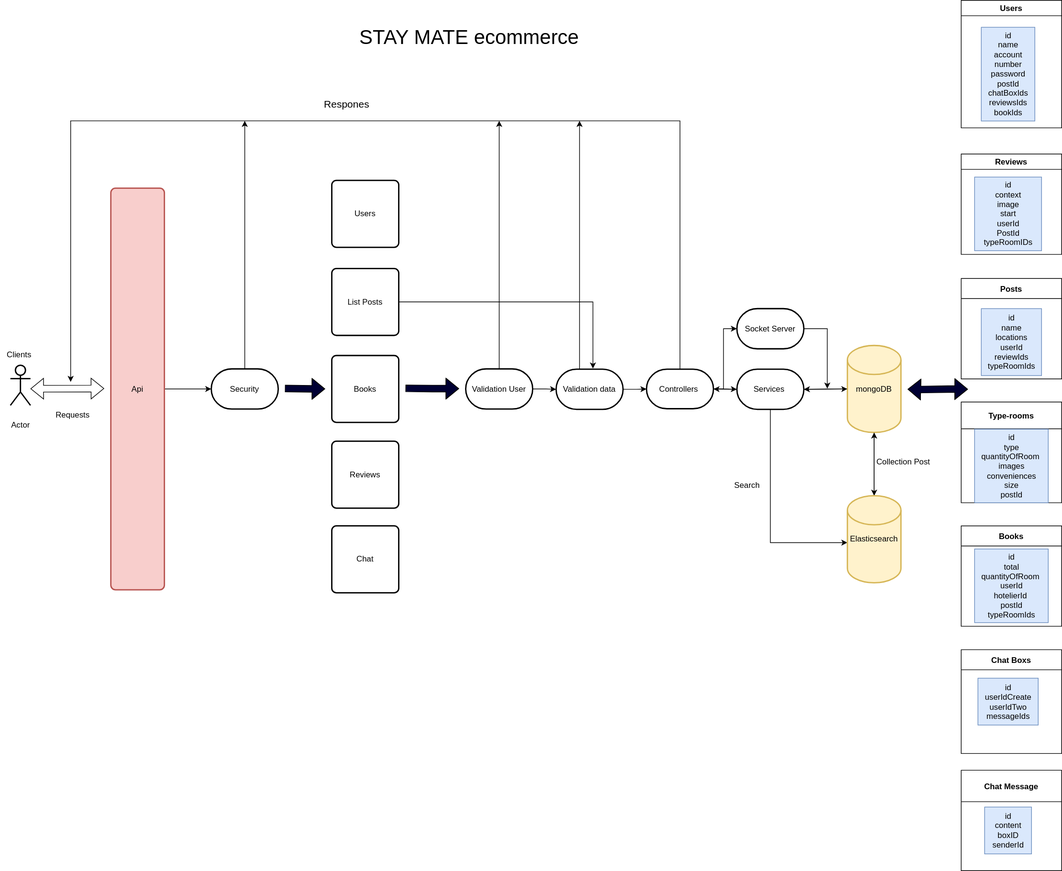
Earlier version of the draw.io export Diagram-staymate.drawio.svg (tuan-dd/Stay-Mate-BE). Source tidied: cells renumbered, new cells last; positions are measured from the earlier drawing's top-left corner, leaving out a move shared by most shapes.
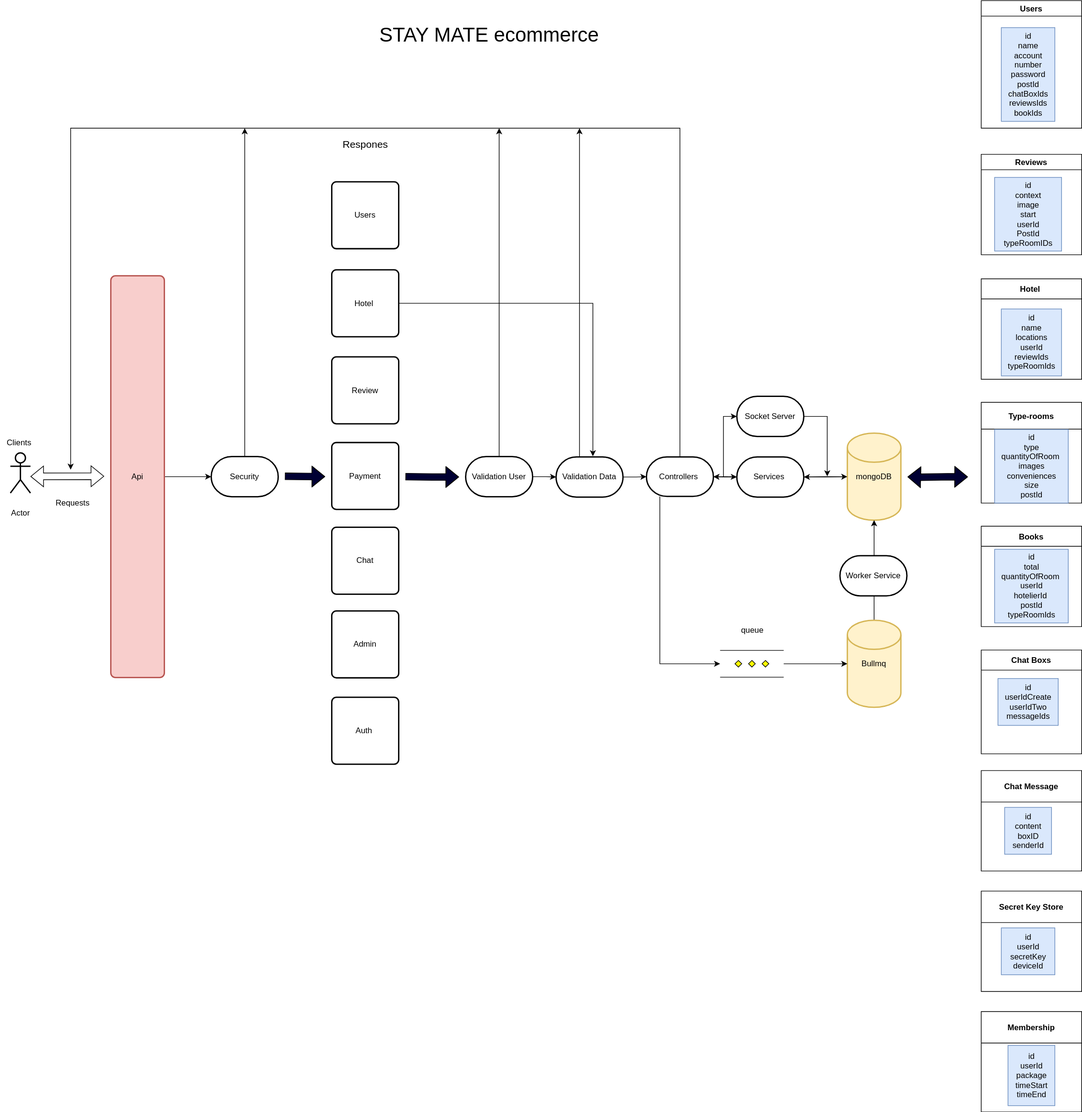
After the commit.

Change to the diagram source:
```diff
@@ -14,32 +14,29 @@
     <mxCell id="5" style="edgeStyle=orthogonalEdgeStyle;rounded=0;jettySize=auto;html=1;" parent="1" edge="1" source="7" target="45">
       <mxGeometry relative="1" as="geometry" />
     </mxCell>
-    <mxCell id="6" style="edgeStyle=orthogonalEdgeStyle;rounded=0;jettySize=auto;html=1;" parent="1" edge="1" source="7" target="52">
-      <mxGeometry relative="1" as="geometry" />
-    </mxCell>
     <mxCell id="7" value="mongoDB" style="strokeWidth=2;html=1;shape=mxgraph.flowchart.database;whiteSpace=wrap;verticalAlign=middle;flipH=0;fillColor=#fff2cc;strokeColor=#d6b656;" parent="1" vertex="1">
       <mxGeometry x="1265" y="515.5" width="80" height="130" as="geometry" />
     </mxCell>
-    <mxCell id="8" value="Posts" style="swimlane;startSize=30;spacing=2;flipH=0;flipV=0;" parent="1" vertex="1">
-      <mxGeometry x="1435" y="415.5" width="150" height="150" as="geometry" />
+    <mxCell id="8" value="Hotel " style="swimlane;startSize=30;spacing=2;flipH=0;flipV=0;" parent="1" vertex="1">
+      <mxGeometry x="1465" y="285" width="150" height="150" as="geometry" />
     </mxCell>
     <mxCell id="9" value="id&lt;br&gt;name&lt;br&gt;locations&lt;br&gt;userId&lt;br&gt;reviewIds&lt;br&gt;typeRoomIds" style="text;html=1;align=center;verticalAlign=middle;strokeColor=#6c8ebf;fillColor=#dae8fc;" parent="8" vertex="1">
       <mxGeometry x="30" y="45" width="90" height="100" as="geometry" />
     </mxCell>
     <mxCell id="10" value="Reviews" style="swimlane;startSize=23;spacing=2;flipH=0;flipV=0;" parent="1" vertex="1">
-      <mxGeometry x="1435" y="229.5" width="150" height="150" as="geometry" />
+      <mxGeometry x="1465" y="99" width="150" height="150" as="geometry" />
     </mxCell>
     <mxCell id="11" value="id&lt;br&gt;context&lt;br&gt;image&lt;br&gt;start&lt;br&gt;userId&lt;br style=&quot;border-color: var(--border-color);&quot;&gt;PostId&lt;br&gt;typeRoomIDs" style="text;html=1;align=center;verticalAlign=middle;strokeColor=#6c8ebf;fillColor=#dae8fc;" parent="10" vertex="1">
       <mxGeometry x="20" y="34.5" width="100" height="110" as="geometry" />
     </mxCell>
     <mxCell id="12" value="Users" style="swimlane;startSize=23;spacing=2;flipH=0;flipV=0;" parent="1" vertex="1">
-      <mxGeometry x="1435" width="150" height="190.5" as="geometry" />
+      <mxGeometry x="1465" y="-130.5" width="150" height="190.5" as="geometry" />
     </mxCell>
     <mxCell id="13" value="id&lt;br&gt;name&lt;br&gt;account&lt;br&gt;number&lt;br&gt;password&lt;br&gt;postId&lt;br&gt;chatBoxIds&lt;br&gt;reviewsIds&lt;br&gt;bookIds" style="text;html=1;align=center;verticalAlign=middle;strokeColor=#6c8ebf;fillColor=#dae8fc;" parent="12" vertex="1">
       <mxGeometry x="30" y="40.2" width="80" height="140" as="geometry" />
     </mxCell>
     <mxCell id="14" value="Chat Boxs" style="swimlane;startSize=30;spacing=2;flipH=0;flipV=0;" parent="1" vertex="1">
-      <mxGeometry x="1435" y="970" width="150" height="155" as="geometry" />
+      <mxGeometry x="1465" y="839.5" width="150" height="155" as="geometry" />
     </mxCell>
     <mxCell id="15" value="id&lt;br&gt;userIdCreate&lt;br&gt;userIdTwo&lt;br&gt;messageIds" style="text;html=1;align=center;verticalAlign=middle;strokeColor=#6c8ebf;fillColor=#dae8fc;" parent="14" vertex="1">
       <mxGeometry x="25" y="42.5" width="90" height="70" as="geometry" />
@@ -55,13 +52,13 @@
       </mxGeometry>
     </mxCell>
     <mxCell id="17" value="Books" style="swimlane;startSize=30;spacing=2;flipH=0;flipV=0;" parent="1" vertex="1">
-      <mxGeometry x="1435" y="785" width="150" height="150" as="geometry" />
+      <mxGeometry x="1465" y="654.5" width="150" height="150" as="geometry" />
     </mxCell>
     <mxCell id="18" value="id&lt;br&gt;total&lt;br&gt;quantityOfRoom&amp;nbsp;&lt;br&gt;userId&lt;br&gt;hotelierId&amp;nbsp;&lt;br&gt;postId&lt;br&gt;typeRoomIds" style="text;html=1;align=center;verticalAlign=middle;strokeColor=#6c8ebf;fillColor=#dae8fc;" parent="17" vertex="1">
       <mxGeometry x="20" y="34.5" width="110" height="110" as="geometry" />
     </mxCell>
     <mxCell id="19" value="Type-rooms" style="swimlane;startSize=40;spacing=2;flipH=0;flipV=0;" parent="1" vertex="1">
-      <mxGeometry x="1435" y="600" width="150" height="150.5" as="geometry" />
+      <mxGeometry x="1465" y="469.5" width="150" height="150.5" as="geometry" />
     </mxCell>
     <mxCell id="20" value="id&lt;br&gt;type&lt;br&gt;quantityOfRoom&amp;nbsp;&lt;br&gt;images&lt;br&gt;conveniences&lt;br&gt;size&lt;br&gt;postId" style="text;html=1;align=center;verticalAlign=middle;strokeColor=#6c8ebf;fillColor=#dae8fc;" parent="19" vertex="1">
       <mxGeometry x="20" y="40.5" width="110" height="110" as="geometry" />
@@ -76,30 +73,30 @@
       <mxGeometry y="515" width="60" height="30" as="geometry" />
     </mxCell>
     <mxCell id="23" value="&lt;font style=&quot;font-size: 15px;&quot;&gt;Respones&lt;/font&gt;" style="text;strokeColor=none;align=center;fillColor=none;html=1;verticalAlign=middle;whiteSpace=wrap;rounded=0;flipH=0;rotation=0;" parent="1" vertex="1">
-      <mxGeometry x="465" y="140" width="105" height="30" as="geometry" />
+      <mxGeometry x="492.5" y="69" width="105" height="30" as="geometry" />
     </mxCell>
     <mxCell id="24" value="Requests&amp;nbsp;" style="text;strokeColor=none;align=center;fillColor=none;html=1;verticalAlign=middle;whiteSpace=wrap;rounded=0;flipH=0;" parent="1" vertex="1">
       <mxGeometry x="55" y="600" width="110" height="40" as="geometry" />
     </mxCell>
-    <mxCell id="25" value="Users" style="rounded=1;whiteSpace=wrap;html=1;absoluteArcSize=1;arcSize=14;strokeWidth=2;flipH=1;" parent="1" vertex="1">
-      <mxGeometry x="495" y="269" width="100" height="100" as="geometry" />
+    <mxCell id="25" value="Users" style="rounded=1;whiteSpace=wrap;html=1;absoluteArcSize=1;arcSize=14;strokeWidth=2;flipH=1;flipV=0;" parent="1" vertex="1">
+      <mxGeometry x="495" y="140" width="100" height="100" as="geometry" />
     </mxCell>
     <mxCell id="26" style="edgeStyle=orthogonalEdgeStyle;rounded=0;jettySize=auto;html=1;" parent="1" edge="1" source="27">
       <mxGeometry relative="1" as="geometry">
         <mxPoint x="885" y="550" as="targetPoint" />
       </mxGeometry>
     </mxCell>
-    <mxCell id="27" value="List Posts" style="rounded=1;whiteSpace=wrap;html=1;absoluteArcSize=1;arcSize=14;strokeWidth=2;flipH=1;" parent="1" vertex="1">
-      <mxGeometry x="495" y="400.5" width="100" height="100" as="geometry" />
+    <mxCell id="27" value="Hotel&amp;nbsp;" style="rounded=1;whiteSpace=wrap;html=1;absoluteArcSize=1;arcSize=14;strokeWidth=2;flipH=1;flipV=0;" parent="1" vertex="1">
+      <mxGeometry x="495" y="271.5" width="100" height="100" as="geometry" />
     </mxCell>
-    <mxCell id="28" value="Books" style="rounded=1;whiteSpace=wrap;html=1;absoluteArcSize=1;arcSize=14;strokeWidth=2;verticalAlign=middle;flipH=1;" parent="1" vertex="1">
-      <mxGeometry x="495" y="530.5" width="100" height="100" as="geometry" />
+    <mxCell id="28" value="Review" style="rounded=1;whiteSpace=wrap;html=1;absoluteArcSize=1;arcSize=14;strokeWidth=2;verticalAlign=middle;flipH=1;flipV=0;" parent="1" vertex="1">
+      <mxGeometry x="495" y="401.5" width="100" height="100" as="geometry" />
     </mxCell>
-    <mxCell id="29" value="Reviews" style="rounded=1;whiteSpace=wrap;html=1;absoluteArcSize=1;arcSize=14;strokeWidth=2;verticalAlign=middle;flipH=1;" parent="1" vertex="1">
-      <mxGeometry x="495" y="658.5" width="100" height="100" as="geometry" />
+    <mxCell id="29" value="Payment" style="rounded=1;whiteSpace=wrap;html=1;absoluteArcSize=1;arcSize=14;strokeWidth=2;verticalAlign=middle;flipH=1;flipV=0;" parent="1" vertex="1">
+      <mxGeometry x="495" y="529.5" width="100" height="100" as="geometry" />
     </mxCell>
-    <mxCell id="30" value="Chat" style="rounded=1;whiteSpace=wrap;html=1;absoluteArcSize=1;arcSize=14;strokeWidth=2;flipH=1;" parent="1" vertex="1">
-      <mxGeometry x="495" y="785" width="100" height="100" as="geometry" />
+    <mxCell id="30" value="Chat" style="rounded=1;whiteSpace=wrap;html=1;absoluteArcSize=1;arcSize=14;strokeWidth=2;flipH=1;flipV=0;" parent="1" vertex="1">
+      <mxGeometry x="495" y="656" width="100" height="100" as="geometry" />
     </mxCell>
     <mxCell id="31" style="shape=flexArrow;endArrow=classic;html=1;rounded=0;verticalAlign=middle;fillColor=#000033;" parent="1" edge="1">
       <mxGeometry relative="1" as="geometry">
@@ -115,7 +112,7 @@
     </mxCell>
     <mxCell id="33" style="edgeStyle=orthogonalEdgeStyle;rounded=0;jettySize=auto;html=1;" parent="1" edge="1" source="34">
       <mxGeometry relative="1" as="geometry">
-        <mxPoint x="745" y="180" as="targetPoint" />
+        <mxPoint x="745" y="60" as="targetPoint" />
       </mxGeometry>
     </mxCell>
     <mxCell id="34" value="Validation User" style="strokeWidth=2;html=1;shape=mxgraph.flowchart.terminator;whiteSpace=wrap;verticalAlign=middle;flipH=0;" parent="1" vertex="1">
@@ -126,21 +123,21 @@
     </mxCell>
     <mxCell id="36" style="edgeStyle=orthogonalEdgeStyle;rounded=0;jettySize=auto;html=1;" parent="1" edge="1" source="37">
       <mxGeometry relative="1" as="geometry">
-        <mxPoint x="865" y="180" as="targetPoint" />
+        <mxPoint x="865" y="60" as="targetPoint" />
         <Array as="points">
           <mxPoint x="865" y="180" />
         </Array>
       </mxGeometry>
     </mxCell>
-    <mxCell id="37" value="Validation data" style="strokeWidth=2;html=1;shape=mxgraph.flowchart.terminator;whiteSpace=wrap;verticalAlign=middle;flipH=0;" parent="1" vertex="1">
+    <mxCell id="37" value="Validation Data" style="strokeWidth=2;html=1;shape=mxgraph.flowchart.terminator;whiteSpace=wrap;verticalAlign=middle;flipH=0;" parent="1" vertex="1">
       <mxGeometry x="830" y="551" width="100" height="60" as="geometry" />
     </mxCell>
     <mxCell id="38" style="edgeStyle=orthogonalEdgeStyle;rounded=0;jettySize=auto;html=1;" parent="1" edge="1" source="41">
       <mxGeometry relative="1" as="geometry">
         <mxPoint x="105" y="570" as="targetPoint" />
         <Array as="points">
-          <mxPoint x="1015" y="180" />
-          <mxPoint x="105" y="180" />
+          <mxPoint x="1015" y="60" />
+          <mxPoint x="105" y="60" />
         </Array>
       </mxGeometry>
     </mxCell>
@@ -155,6 +152,13 @@
         </Array>
       </mxGeometry>
     </mxCell>
+    <mxCell id="58" style="edgeStyle=orthogonalEdgeStyle;rounded=0;jettySize=auto;html=1;entryX=0;entryY=0.5;entryDx=0;entryDy=0;entryPerimeter=0;" parent="1" edge="1" source="41" target="60">
+      <mxGeometry relative="1" as="geometry">
+        <Array as="points">
+          <mxPoint x="985" y="860" />
+        </Array>
+      </mxGeometry>
+    </mxCell>
     <mxCell id="41" value="Controllers&amp;nbsp;" style="strokeWidth=2;html=1;shape=mxgraph.flowchart.terminator;whiteSpace=wrap;verticalAlign=middle;flipH=0;" parent="1" vertex="1">
       <mxGeometry x="965" y="551" width="100" height="59" as="geometry" />
     </mxCell>
@@ -164,19 +168,12 @@
     <mxCell id="43" style="edgeStyle=orthogonalEdgeStyle;rounded=0;jettySize=auto;html=1;entryX=0;entryY=0.5;entryDx=0;entryDy=0;entryPerimeter=0;" parent="1" edge="1" source="45" target="7">
       <mxGeometry relative="1" as="geometry" />
     </mxCell>
-    <mxCell id="44" style="edgeStyle=orthogonalEdgeStyle;rounded=0;jettySize=auto;html=1;" parent="1" edge="1" source="45" target="52">
-      <mxGeometry relative="1" as="geometry">
-        <Array as="points">
-          <mxPoint x="1150" y="810" />
-        </Array>
-      </mxGeometry>
-    </mxCell>
     <mxCell id="45" value="Services&amp;nbsp;" style="strokeWidth=2;html=1;shape=mxgraph.flowchart.terminator;whiteSpace=wrap;verticalAlign=middle;flipH=0;" parent="1" vertex="1">
       <mxGeometry x="1100" y="551" width="100" height="60" as="geometry" />
     </mxCell>
     <mxCell id="46" style="edgeStyle=orthogonalEdgeStyle;rounded=0;jettySize=auto;html=1;" parent="1" edge="1" source="47">
       <mxGeometry relative="1" as="geometry">
-        <mxPoint x="365" y="180" as="targetPoint" />
+        <mxPoint x="365" y="60" as="targetPoint" />
         <Array as="points">
           <mxPoint x="365" y="180" />
         </Array>
@@ -187,15 +184,15 @@
     </mxCell>
     <mxCell id="48" style="shape=flexArrow;endArrow=classic;html=1;rounded=0;verticalAlign=middle;fillColor=#000033;" parent="1" edge="1">
       <mxGeometry relative="1" as="geometry">
-        <mxPoint x="605" y="579.5" as="sourcePoint" />
-        <mxPoint x="685" y="580" as="targetPoint" />
+        <mxPoint x="605" y="580.5" as="sourcePoint" />
+        <mxPoint x="685" y="581" as="targetPoint" />
         <Array as="points">
-          <mxPoint x="645" y="580" />
+          <mxPoint x="645" y="581" />
         </Array>
       </mxGeometry>
     </mxCell>
     <mxCell id="49" value="Chat Message" style="swimlane;startSize=47;spacing=2;flipH=0;flipV=0;" parent="1" vertex="1">
-      <mxGeometry x="1435" y="1150" width="150" height="150" as="geometry" />
+      <mxGeometry x="1465" y="1019.5" width="150" height="150" as="geometry" />
     </mxCell>
     <mxCell id="50" value="id&lt;br&gt;content&lt;br&gt;boxID&lt;br&gt;senderId" style="text;html=1;align=center;verticalAlign=middle;strokeColor=#6c8ebf;fillColor=#dae8fc;" parent="49" vertex="1">
       <mxGeometry x="35" y="55" width="70" height="70" as="geometry" />
@@ -203,11 +200,11 @@
     <mxCell id="51" style="edgeStyle=orthogonalEdgeStyle;rounded=0;jettySize=auto;html=1;entryX=0.5;entryY=1;entryDx=0;entryDy=0;entryPerimeter=0;" parent="1" edge="1" source="52" target="7">
       <mxGeometry relative="1" as="geometry" />
     </mxCell>
-    <mxCell id="52" value="Elasticsearch" style="strokeWidth=2;html=1;shape=mxgraph.flowchart.database;whiteSpace=wrap;verticalAlign=middle;flipH=0;fillColor=#fff2cc;strokeColor=#d6b656;" parent="1" vertex="1">
-      <mxGeometry x="1265" y="740" width="80" height="130" as="geometry" />
+    <mxCell id="52" value="Bullmq" style="strokeWidth=2;html=1;shape=mxgraph.flowchart.database;whiteSpace=wrap;verticalAlign=middle;flipH=0;fillColor=#fff2cc;strokeColor=#d6b656;" parent="1" vertex="1">
+      <mxGeometry x="1265" y="795" width="80" height="130" as="geometry" />
     </mxCell>
-    <mxCell id="53" value="Search" style="text;html=1;align=center;verticalAlign=middle;strokeColor=none;fillColor=none;" parent="1" vertex="1">
-      <mxGeometry x="1085" y="710" width="60" height="30" as="geometry" />
+    <mxCell id="53" value="queue" style="text;html=1;align=center;verticalAlign=middle;strokeColor=none;fillColor=none;" parent="1" vertex="1">
+      <mxGeometry x="1092.5" y="795" width="60" height="30" as="geometry" />
     </mxCell>
     <mxCell id="54" style="edgeStyle=orthogonalEdgeStyle;rounded=0;jettySize=auto;html=1;" parent="1" edge="1" source="55">
       <mxGeometry relative="1" as="geometry">
@@ -217,11 +214,35 @@
     <mxCell id="55" value="Socket Server" style="strokeWidth=2;html=1;shape=mxgraph.flowchart.terminator;whiteSpace=wrap;verticalAlign=middle;flipH=0;" parent="1" vertex="1">
       <mxGeometry x="1100" y="460.5" width="100" height="60" as="geometry" />
     </mxCell>
-    <mxCell id="56" value="Collection Post&amp;nbsp;" style="text;html=1;align=center;verticalAlign=middle;strokeColor=none;fillColor=none;" parent="1" vertex="1">
-      <mxGeometry x="1295" y="675" width="110" height="30" as="geometry" />
-    </mxCell>
     <mxCell id="57" value="&lt;p style=&quot;line-height: 100%; font-size: 30px;&quot;&gt;STAY MATE&amp;nbsp;ecommerce&lt;/p&gt;" style="text;html=1;align=center;verticalAlign=middle;strokeColor=none;fillColor=none;" parent="1" vertex="1">
-      <mxGeometry x="525" y="5" width="350" height="100" as="geometry" />
+      <mxGeometry x="555" y="-130" width="350" height="100" as="geometry" />
     </mxCell>
+    <mxCell id="59" style="edgeStyle=orthogonalEdgeStyle;rounded=0;jettySize=auto;html=1;entryX=0;entryY=0.5;entryDx=0;entryDy=0;entryPerimeter=0;" parent="1" edge="1" source="60" target="52">
+      <mxGeometry relative="1" as="geometry" />
+    </mxCell>
+    <mxCell id="60" style="verticalLabelPosition=bottom;verticalAlign=top;html=1;shape=mxgraph.flowchart.parallel_mode;" parent="1" vertex="1">
+      <mxGeometry x="1075" y="840" width="95" height="40" as="geometry" />
+    </mxCell>
+    <mxCell id="61" value="Worker Service" style="strokeWidth=2;html=1;shape=mxgraph.flowchart.terminator;whiteSpace=wrap;verticalAlign=middle;flipH=0;" parent="1" vertex="1">
+      <mxGeometry x="1254" y="698.5" width="100" height="60" as="geometry" />
+    </mxCell>
+    <mxCell id="62" value="Admin" style="rounded=1;whiteSpace=wrap;html=1;absoluteArcSize=1;arcSize=14;strokeWidth=2;flipH=1;flipV=0;" parent="1" vertex="1">
+      <mxGeometry x="495" y="781" width="100" height="100" as="geometry" />
+    </mxCell>
+    <mxCell id="63" value="Secret Key Store" style="swimlane;startSize=47;spacing=2;flipH=0;flipV=0;" parent="1" vertex="1">
+      <mxGeometry x="1465" y="1199.5" width="150" height="150" as="geometry" />
+    </mxCell>
+    <mxCell id="64" value="id&lt;br&gt;userId&lt;br&gt;secretKey&lt;br&gt;deviceId" style="text;html=1;align=center;verticalAlign=middle;strokeColor=#6c8ebf;fillColor=#dae8fc;" parent="63" vertex="1">
+      <mxGeometry x="30" y="55" width="80" height="70" as="geometry" />
+    </mxCell>
+    <mxCell id="65" value="Membership" style="swimlane;startSize=47;spacing=2;flipH=0;flipV=0;" parent="1" vertex="1">
+      <mxGeometry x="1465" y="1379.5" width="150" height="150" as="geometry" />
+    </mxCell>
+    <mxCell id="66" value="id&lt;br&gt;userId&lt;br&gt;package&lt;br&gt;timeStart&lt;br&gt;timeEnd" style="text;html=1;align=center;verticalAlign=middle;strokeColor=#6c8ebf;fillColor=#dae8fc;" parent="65" vertex="1">
+      <mxGeometry x="40" y="50.5" width="70" height="90" as="geometry" />
+    </mxCell>
+    <mxCell id="67" value="Auth&amp;nbsp;" style="rounded=1;whiteSpace=wrap;html=1;absoluteArcSize=1;arcSize=14;strokeWidth=2;flipH=1;flipV=0;" parent="1" vertex="1">
+      <mxGeometry x="495" y="910" width="100" height="100" as="geometry" />
+    </mxCell>
   </root>
 </mxGraphModel>
```
